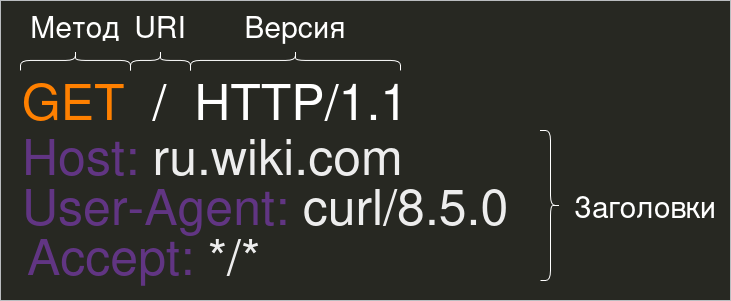
The draw.io diagram img/HTTP1_Request.drawio.png in DarkSoulEater/Http2Presentation, before a commit. Source tidied: cells renumbered, new cells last; positions are measured from the earlier drawing's top-left corner, leaving out a move shared by most shapes.
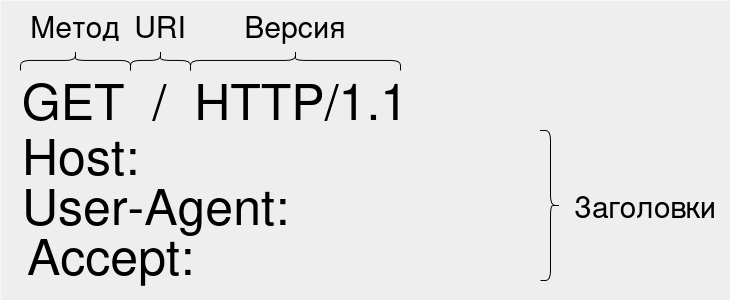
Above is the later version.

What changed in the source:
```diff
@@ -2,7 +2,7 @@
   <root>
     <mxCell id="0" />
     <mxCell id="1" parent="0" />
-    <mxCell id="2" style="rounded=0;whiteSpace=wrap;html=1;fillStyle=solid;fillColor=light-dark(#eeeeee, #272822);strokeColor=#36393d;" parent="1" vertex="1">
+    <mxCell id="2" style="rounded=0;whiteSpace=wrap;html=1;fillStyle=solid;fillColor=light-dark(#eeeeee, #272822);strokeColor=none;" parent="1" vertex="1">
       <mxGeometry y="45" width="730" height="300" as="geometry" />
     </mxCell>
     <mxCell id="3" value="&lt;font style=&quot;font-size: 50px;&quot;&gt;&lt;span style=&quot;color: light-dark(rgb(0, 0, 0), rgb(255, 128, 0));&quot;&gt;GET&lt;/span&gt;&amp;nbsp; /&amp;nbsp; HTTP/1.1&lt;/font&gt;" style="text;html=1;align=center;verticalAlign=middle;whiteSpace=wrap;rounded=0;" parent="1" vertex="1">
```
